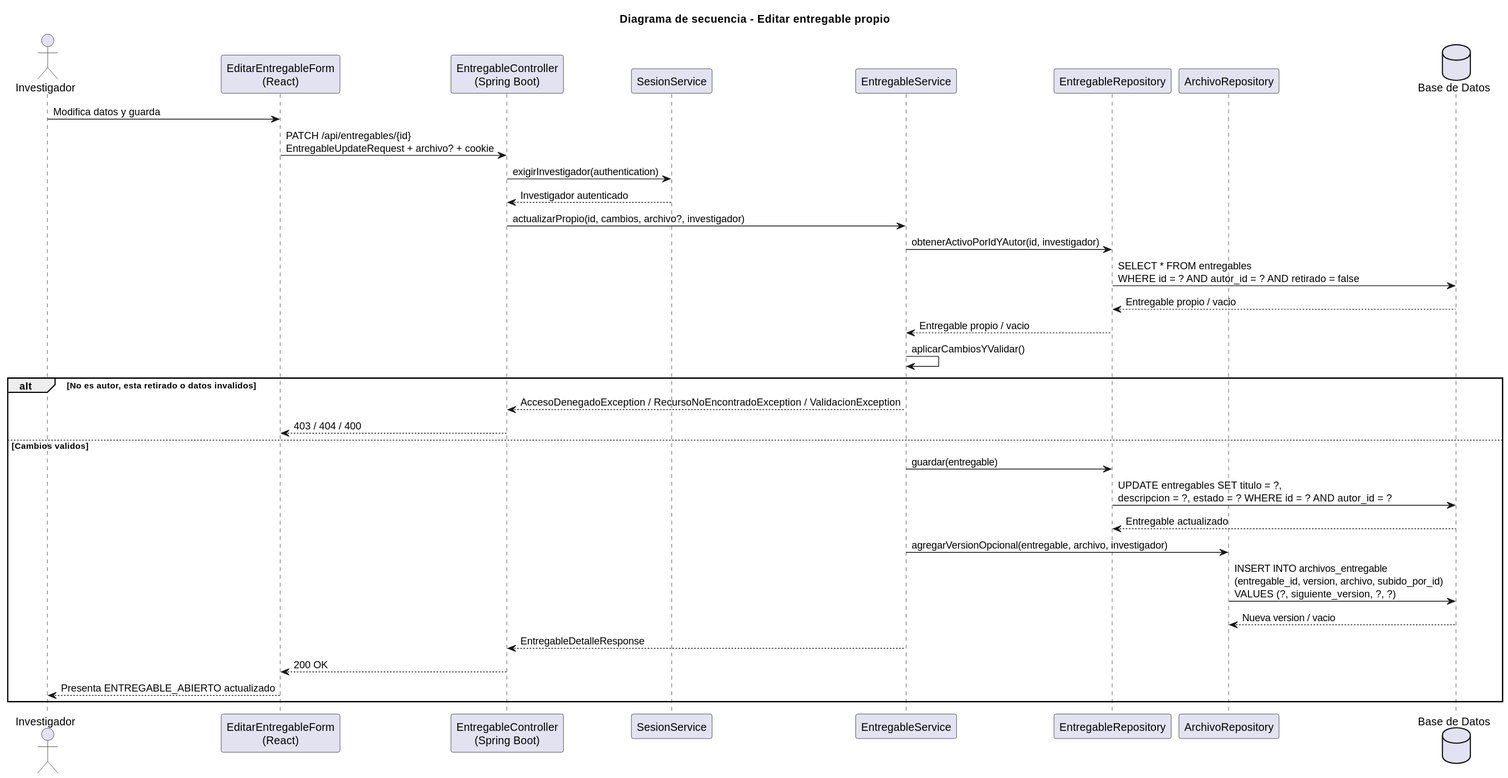
Earlier version of the PlantUML export images/RUP/02-diseño/casos-uso/investigador/editarEntregable/secuencia.svg (beatriizorozco/25-26-idsw2-sdVC).
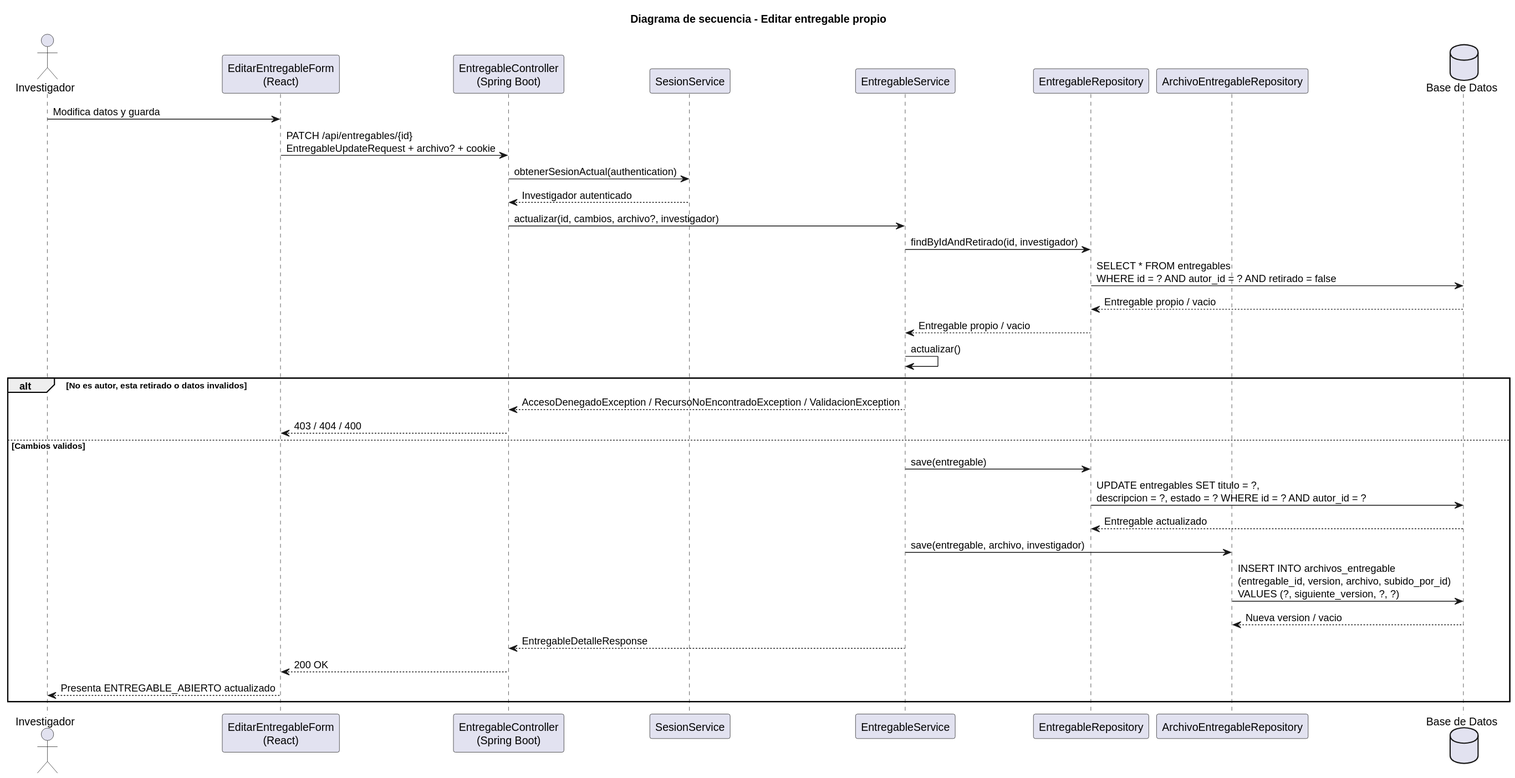
The same file after the commit.

Change to the diagram source:
```diff
@@ -6,27 +6,27 @@
 participant "SesionService" as Sesion
 participant "EntregableService" as Service
 participant "EntregableRepository" as Repo
-participant "ArchivoRepository" as ArchivoRepo
+participant "ArchivoEntregableRepository" as ArchivoRepo
 database "Base de Datos" as DB
 
 Investigador -> Frontend: Modifica datos y guarda
 Frontend -> Api: PATCH /api/entregables/{id}\nEntregableUpdateRequest + archivo? + cookie
-Api -> Sesion: exigirInvestigador(authentication)
+Api -> Sesion: obtenerSesionActual(authentication)
 Sesion --> Api: Investigador autenticado
-Api -> Service: actualizarPropio(id, cambios, archivo?, investigador)
-Service -> Repo: obtenerActivoPorIdYAutor(id, investigador)
+Api -> Service: actualizar(id, cambios, archivo?, investigador)
+Service -> Repo: findByIdAndRetirado(id, investigador)
 Repo -> DB: SELECT * FROM entregables\nWHERE id = ? AND autor_id = ? AND retirado = false
 DB --> Repo: Entregable propio / vacio
 Repo --> Service: Entregable propio / vacio
-Service -> Service: aplicarCambiosYValidar()
+Service -> Service: actualizar()
 alt No es autor, esta retirado o datos invalidos
   Service --> Api: AccesoDenegadoException / RecursoNoEncontradoException / ValidacionException
   Api --> Frontend: 403 / 404 / 400
 else Cambios validos
-  Service -> Repo: guardar(entregable)
+  Service -> Repo: save(entregable)
   Repo -> DB: UPDATE entregables SET titulo = ?,\ndescripcion = ?, estado = ? WHERE id = ? AND autor_id = ?
   DB --> Repo: Entregable actualizado
-  Service -> ArchivoRepo: agregarVersionOpcional(entregable, archivo, investigador)
+  Service -> ArchivoRepo: save(entregable, archivo, investigador)
   ArchivoRepo -> DB: INSERT INTO archivos_entregable\n(entregable_id, version, archivo, subido_por_id)\nVALUES (?, siguiente_version, ?, ?)
   DB --> ArchivoRepo: Nueva version / vacio
   Service --> Api: EntregableDetalleResponse
```
